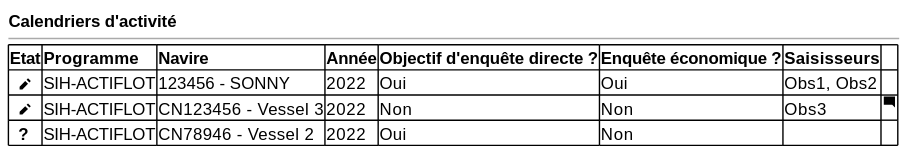
This is projects/activity-calendar/spe/images/activity-calendar-table.svg from sumaris-net/sumaris-doc, a PlantUML export, as it was before one commit.
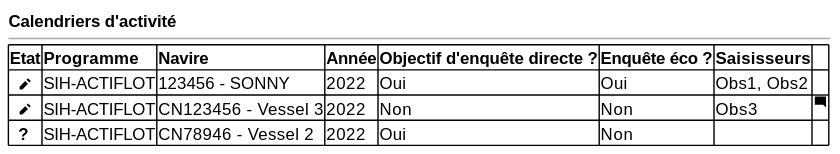
Above is the later version.

The edit, as a diff of the source:
```diff
@@ -4,7 +4,7 @@
   --
 	{#
 
-     <b>Etat | <b>Programme | <b>Navire   | <b>Année | <b>Objectif d'enquête directe ? | <b>Enquête économique ?|<b>Saisisseurs | .
+     <b>Etat | <b>Programme | <b>Navire   | <b>Année | <b>Objectif d'enquête directe ? | <b>Enquête éco ?|<b>Saisisseurs | .
      <b>  <&pencil> | SIH-ACTIFLOT | 123456 - SONNY | 2022 | Oui | Oui | Obs1, Obs2 | .
      <b>  <&pencil> | SIH-ACTIFLOT | CN123456 - Vessel 3 | 2022 | Non | Non | Obs3 | <&comment-square>
      <b>  ? | SIH-ACTIFLOT | CN78946 - Vessel 2 | 2022 | Oui | Non | .
```
